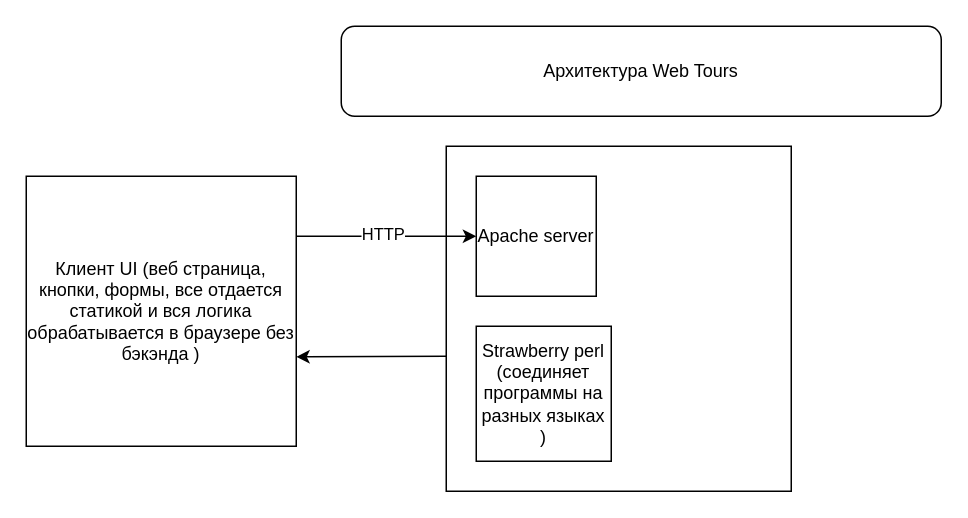
This is Диаграмма без названия.drawio from KATikhonov/Documents, a draw.io file, before an edit. Source tidied: cells renumbered, new cells numbered last; positions are measured from the earlier drawing's top-left corner, leaving out a move shared by most shapes. Both pictures are drawn from the tidied source at 150%, with x=0, y=0 at pixel (26, 26).
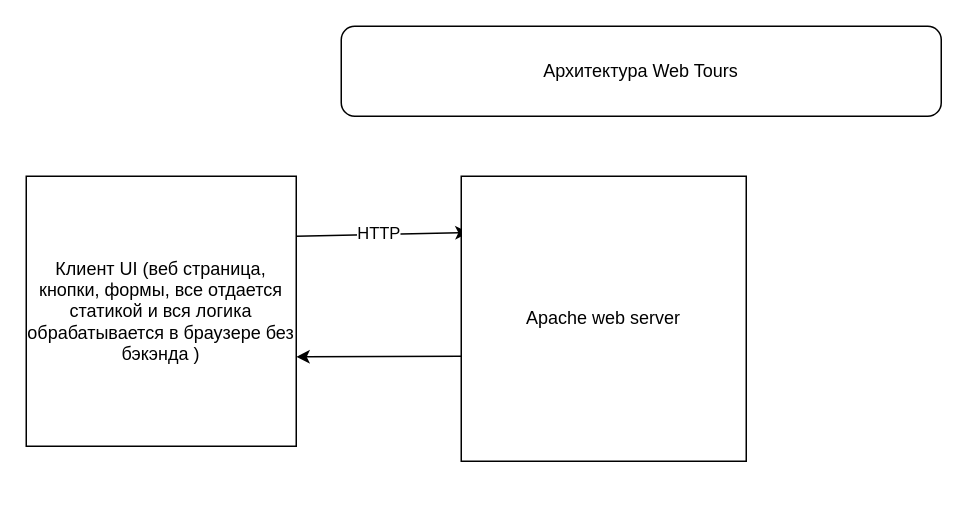
Above is the later version.

Commit message:
Архитектура Web Tours.drawio

What changed in the source:
```diff
@@
 <mxGraphModel>
   <root>
     <mxCell id="0" />
     <mxCell id="1" parent="0" />
-    <mxCell id="2" style="whiteSpace=wrap;html=1;" parent="1" vertex="1">
-      <mxGeometry x="280" y="80" width="230" height="230" as="geometry" />
-    </mxCell>
     <mxCell id="3" value="Клиент UI (веб страница, кнопки, формы, все отдается статикой и вся логика обрабатывается в браузере без бэкэнда )" style="whiteSpace=wrap;html=1;" parent="1" vertex="1">
       <mxGeometry y="100" width="180" height="180" as="geometry" />
     </mxCell>
-    <mxCell id="4" style="endArrow=classic;html=1;rounded=0;exitX=1;exitY=0.222;exitDx=0;exitDy=0;exitPerimeter=0;entryX=0;entryY=0.5;entryDx=0;entryDy=0;" parent="1" edge="1" source="3" target="7">
-      <mxGeometry relative="1" as="geometry" />
+    <mxCell id="4" style="endArrow=classic;html=1;rounded=0;exitX=1;exitY=0.222;exitDx=0;exitDy=0;exitPerimeter=0;entryX=0;entryY=0.25;entryDx=0;entryDy=0;" parent="1" edge="1" source="3">
+      <mxGeometry relative="1" as="geometry">
+        <mxPoint x="295" y="137.5" as="targetPoint" />
+      </mxGeometry>
     </mxCell>
     <mxCell id="5" value="HTTP" style="edgeLabel;html=1;align=center;verticalAlign=middle;" parent="4" vertex="1">
       <mxGeometry x="-0.05" y="1" relative="1" as="geometry" />
     </mxCell>
     <mxCell id="6" style="endArrow=classic;html=1;rounded=0;entryX=1.022;entryY=0.891;entryDx=0;entryDy=0;entryPerimeter=0;" parent="1" edge="1">
       <mxGeometry relative="1" as="geometry">
-        <mxPoint x="280" y="220" as="sourcePoint" />
+        <mxPoint x="290" y="220" as="sourcePoint" />
         <mxPoint x="180" y="220.4" as="targetPoint" />
       </mxGeometry>
     </mxCell>
-    <mxCell id="7" value="Apache server" style="whiteSpace=wrap;html=1;" parent="1" vertex="1">
-      <mxGeometry x="300" y="100" width="80" height="80" as="geometry" />
+    <mxCell id="7" value="Apache web server" style="whiteSpace=wrap;html=1;" parent="1" vertex="1">
+      <mxGeometry x="290" y="100" width="190" height="190" as="geometry" />
     </mxCell>
-    <mxCell id="8" value="Strawberry perl (соединяет программы на разных языках&lt;br&gt;)" style="whiteSpace=wrap;html=1;" parent="1" vertex="1">
-      <mxGeometry x="300" y="200" width="90" height="90" as="geometry" />
-    </mxCell>
     <mxCell id="9" value="Архитектура Web Tours" style="rounded=1;whiteSpace=wrap;html=1;" parent="1" vertex="1">
       <mxGeometry x="210" width="400" height="60" as="geometry" />
     </mxCell>
   </root>
 </mxGraphModel>
```
